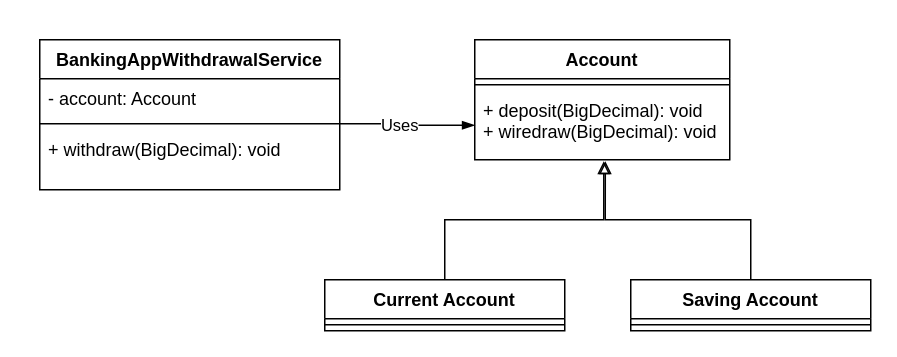
mauriciogeneroso/solid-principles keeps this draw.io diagram as page "LSP - before" (5 of 11) of diagrams/solid-diagrams.drawio. Above is the earlier version. Source tidied: cells renumbered, new cells numbered last; positions are measured from the earlier drawing's top-left corner, leaving out a move shared by most shapes. Both pictures are drawn from the tidied source at 150%, with x=0, y=0 at pixel (39, 39).
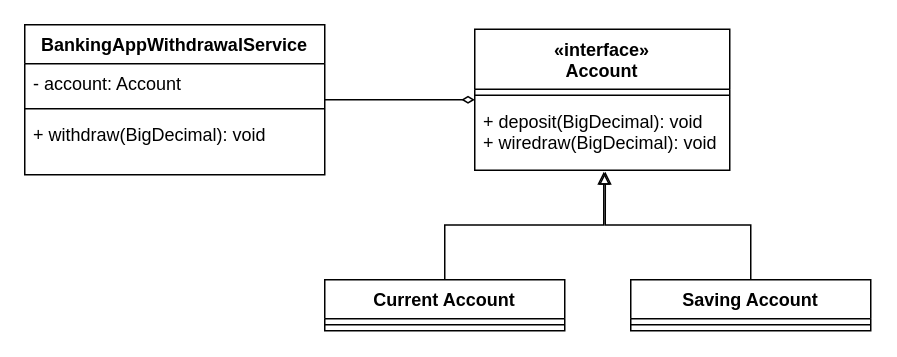
Above is the later version.

The edit, as a diff of the source:
```diff
@@
 <mxGraphModel>
   <root>
     <mxCell id="0" />
     <mxCell id="1" parent="0" />
-    <mxCell id="2" value="Account" style="swimlane;fontStyle=1;align=center;verticalAlign=top;horizontal=1;startSize=26;" parent="1" vertex="1">
-      <mxGeometry x="290" width="170" height="80" as="geometry" />
+    <mxCell id="2" value="«interface»&#10;Account" style="swimlane;fontStyle=1;align=center;verticalAlign=top;horizontal=1;startSize=40;" parent="1" vertex="1">
+      <mxGeometry x="290" y="-7" width="170" height="94" as="geometry" />
     </mxCell>
     <mxCell id="3" style="line;strokeWidth=1;fillColor=none;align=left;verticalAlign=middle;spacingTop=-1;spacingLeft=3;spacingRight=3;labelPosition=right;" parent="2" vertex="1">
-      <mxGeometry y="26" width="170" height="8" as="geometry" />
+      <mxGeometry y="40" width="170" height="8" as="geometry" />
     </mxCell>
     <mxCell id="4" value="+ deposit(BigDecimal): void&#10;+ wiredraw(BigDecimal): void" style="text;strokeColor=none;fillColor=none;align=left;verticalAlign=top;spacingLeft=4;spacingRight=4;overflow=hidden;points=[[0,0.5],[1,0.5]];portConstraint=eastwest;" parent="2" vertex="1">
-      <mxGeometry y="34" width="170" height="46" as="geometry" />
+      <mxGeometry y="48" width="170" height="46" as="geometry" />
     </mxCell>
     <mxCell id="5" style="edgeStyle=orthogonalEdgeStyle;rounded=0;jettySize=auto;html=1;entryX=0.506;entryY=1.022;entryDx=0;entryDy=0;entryPerimeter=0;strokeColor=default;endArrow=block;endFill=0;" parent="1" edge="1" source="6" target="4">
       <mxGeometry relative="1" as="geometry" />
     </mxCell>
     <mxCell id="6" value="Current Account" style="swimlane;fontStyle=1;align=center;verticalAlign=top;horizontal=1;startSize=26;" parent="1" vertex="1">
       <mxGeometry x="190" y="160" width="160" height="34" as="geometry" />
     </mxCell>
     <mxCell id="7" style="line;strokeWidth=1;fillColor=none;align=left;verticalAlign=middle;spacingTop=-1;spacingLeft=3;spacingRight=3;labelPosition=right;" parent="6" vertex="1">
       <mxGeometry y="26" width="160" height="8" as="geometry" />
     </mxCell>
     <mxCell id="8" style="edgeStyle=orthogonalEdgeStyle;rounded=0;jettySize=auto;html=1;entryX=0.512;entryY=1.022;entryDx=0;entryDy=0;entryPerimeter=0;endArrow=block;endFill=0;strokeColor=default;" parent="1" edge="1" source="9" target="4">
       <mxGeometry relative="1" as="geometry" />
     </mxCell>
     <mxCell id="9" value="Saving Account" style="swimlane;fontStyle=1;align=center;verticalAlign=top;horizontal=1;startSize=26;" parent="1" vertex="1">
       <mxGeometry x="394" y="160" width="160" height="34" as="geometry" />
     </mxCell>
     <mxCell id="10" style="line;strokeWidth=1;fillColor=none;align=left;verticalAlign=middle;spacingTop=-1;spacingLeft=3;spacingRight=3;labelPosition=right;" parent="9" vertex="1">
       <mxGeometry y="26" width="160" height="8" as="geometry" />
     </mxCell>
+    <mxCell id="17" style="edgeStyle=orthogonalEdgeStyle;rounded=0;jettySize=auto;html=1;endArrow=diamondThin;endFill=0;" parent="1" edge="1" source="11" target="2">
+      <mxGeometry relative="1" as="geometry" />
+    </mxCell>
     <mxCell id="11" value="BankingAppWithdrawalService" style="swimlane;fontStyle=1;align=center;verticalAlign=top;horizontal=1;startSize=26;" parent="1" vertex="1">
-      <mxGeometry width="200" height="100" as="geometry" />
+      <mxGeometry x="-10" y="-10" width="200" height="100" as="geometry" />
     </mxCell>
     <mxCell id="12" value="- account: Account" style="text;strokeColor=none;fillColor=none;align=left;verticalAlign=top;spacingLeft=4;spacingRight=4;overflow=hidden;" parent="11" vertex="1">
       <mxGeometry y="26" width="200" height="26" as="geometry" />
     </mxCell>
     <mxCell id="13" style="line;strokeWidth=1;fillColor=none;align=left;verticalAlign=middle;spacingTop=-1;spacingLeft=3;spacingRight=3;labelPosition=right;points=[];portConstraint=eastwest;" parent="11" vertex="1">
       <mxGeometry y="52" width="200" height="8" as="geometry" />
     </mxCell>
     <mxCell id="14" value="+ withdraw(BigDecimal): void" style="text;strokeColor=none;fillColor=none;align=left;verticalAlign=top;spacingLeft=4;spacingRight=4;overflow=hidden;" parent="11" vertex="1">
       <mxGeometry y="60" width="200" height="40" as="geometry" />
     </mxCell>
-    <mxCell id="15" style="edgeStyle=orthogonalEdgeStyle;rounded=0;jettySize=auto;html=1;entryX=0;entryY=0.5;entryDx=0;entryDy=0;endArrow=blockThin;endFill=1;strokeColor=default;" parent="1" edge="1" source="13" target="4">
-      <mxGeometry relative="1" as="geometry" />
-    </mxCell>
-    <mxCell id="16" value="Uses" style="edgeLabel;html=1;align=center;verticalAlign=middle;" parent="15" vertex="1">
-      <mxGeometry x="-0.14" relative="1" as="geometry" />
-    </mxCell>
   </root>
 </mxGraphModel>
```
